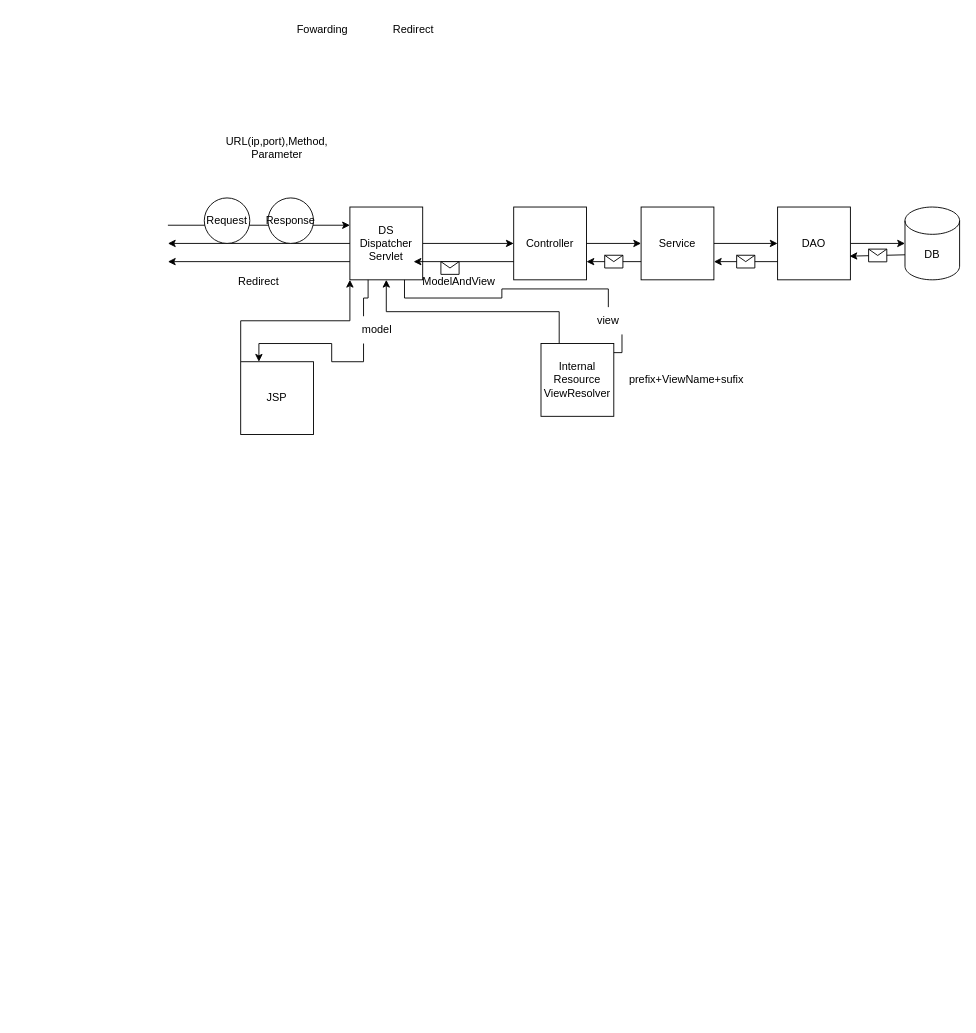
Earlier version of the draw.io diagram page "페이지-1" (1 of 3) of ERD.drawio (tmdmini99/GDJ60_Spring). Source tidied: cells renumbered, new cells numbered last; positions are measured from the earlier drawing's top-left corner, leaving out a move shared by most shapes. Both pictures are drawn from the tidied source at 91%, with x=0, y=0 at pixel (167, 15).
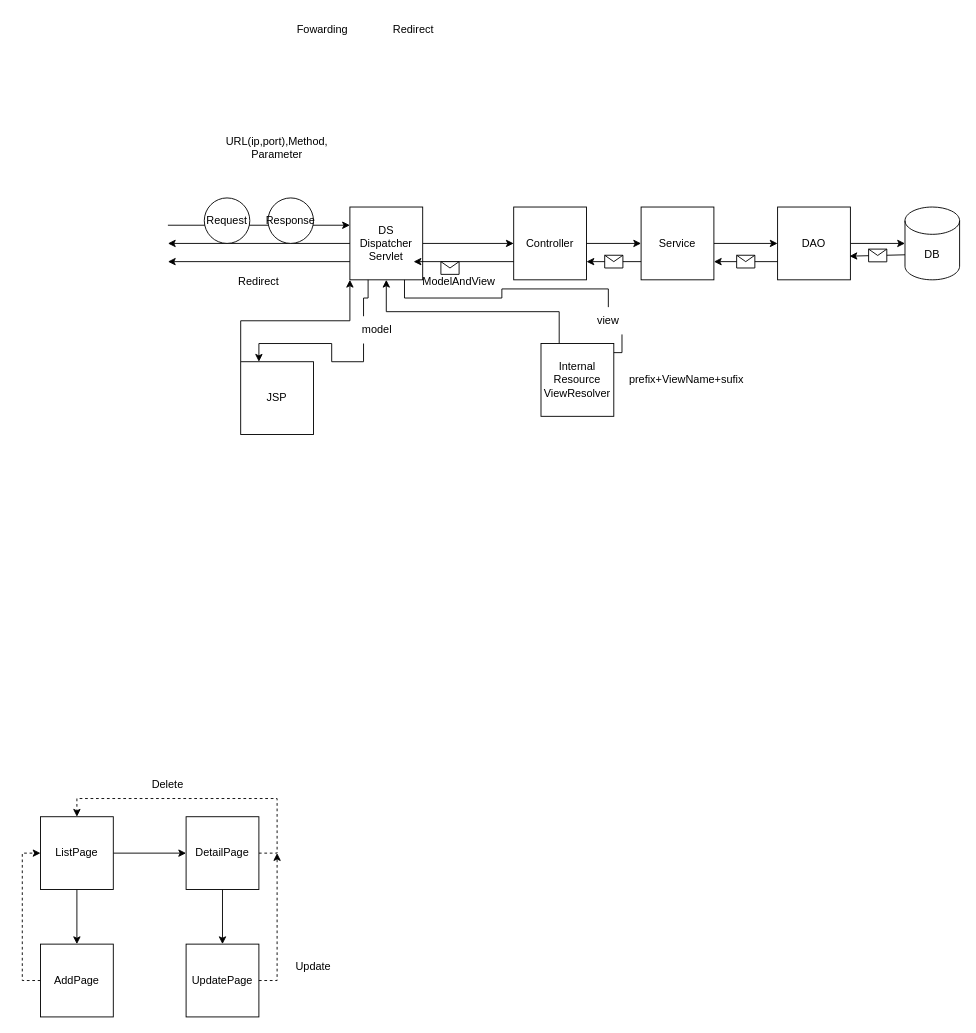
After the change.

What changed in the source:
```diff
@@
+    <mxCell id="40" style="edgeStyle=orthogonalEdgeStyle;rounded=0;jettySize=auto;html=1;exitX=1;exitY=0.5;exitDx=0;exitDy=0;" parent="1" edge="1" source="42" target="45">
+      <mxGeometry relative="1" as="geometry" />
+    </mxCell>
+    <mxCell id="41" style="edgeStyle=orthogonalEdgeStyle;rounded=0;jettySize=auto;html=1;exitX=0.5;exitY=1;exitDx=0;exitDy=0;entryX=0.5;entryY=0;entryDx=0;entryDy=0;" parent="1" edge="1" source="42" target="47">
+      <mxGeometry relative="1" as="geometry" />
+    </mxCell>
+    <mxCell id="42" value="ListPage" style="whiteSpace=wrap;html=1;" parent="1" vertex="1">
+      <mxGeometry x="-140" y="880" width="80" height="80" as="geometry" />
+    </mxCell>
+    <mxCell id="43" style="edgeStyle=orthogonalEdgeStyle;jettySize=auto;html=1;exitX=1;exitY=0.5;exitDx=0;exitDy=0;entryX=0.5;entryY=0;entryDx=0;entryDy=0;rounded=0;dashed=1;" parent="1" edge="1" source="45" target="42">
+      <mxGeometry relative="1" as="geometry">
+        <Array as="points">
+          <mxPoint x="120" y="920" />
+          <mxPoint x="120" y="860" />
+          <mxPoint x="-100" y="860" />
+        </Array>
+      </mxGeometry>
+    </mxCell>
+    <mxCell id="44" style="edgeStyle=orthogonalEdgeStyle;rounded=0;jettySize=auto;html=1;" parent="1" edge="1" source="45" target="49">
+      <mxGeometry relative="1" as="geometry" />
+    </mxCell>
+    <mxCell id="45" value="DetailPage" style="whiteSpace=wrap;html=1;" parent="1" vertex="1">
+      <mxGeometry x="20" y="880" width="80" height="80" as="geometry" />
+    </mxCell>
+    <mxCell id="46" style="edgeStyle=orthogonalEdgeStyle;rounded=0;jettySize=auto;html=1;exitX=0;exitY=0.5;exitDx=0;exitDy=0;entryX=0;entryY=0.5;entryDx=0;entryDy=0;dashed=1;" parent="1" edge="1" source="47" target="42">
+      <mxGeometry relative="1" as="geometry" />
+    </mxCell>
+    <mxCell id="47" value="AddPage" style="whiteSpace=wrap;html=1;" parent="1" vertex="1">
+      <mxGeometry x="-140" y="1020" width="80" height="80" as="geometry" />
+    </mxCell>
+    <mxCell id="48" value="Delete" style="text;html=1;strokeColor=none;fillColor=none;align=center;verticalAlign=middle;whiteSpace=wrap;rounded=0;" parent="1" vertex="1">
+      <mxGeometry x="-30" y="830" width="60" height="30" as="geometry" />
+    </mxCell>
+    <mxCell id="49" value="UpdatePage" style="whiteSpace=wrap;html=1;" parent="1" vertex="1">
+      <mxGeometry x="20" y="1020" width="80" height="80" as="geometry" />
+    </mxCell>
+    <mxCell id="50" style="endArrow=classic;html=1;rounded=0;exitX=1;exitY=0.5;exitDx=0;exitDy=0;dashed=1;" parent="1" edge="1" source="49">
+      <mxGeometry relative="1" as="geometry">
+        <mxPoint x="120" y="920" as="targetPoint" />
+        <Array as="points">
+          <mxPoint x="120" y="1060" />
+        </Array>
+      </mxGeometry>
+    </mxCell>
+    <mxCell id="51" value="Update" style="text;html=1;strokeColor=none;fillColor=none;align=center;verticalAlign=middle;whiteSpace=wrap;rounded=0;" parent="1" vertex="1">
+      <mxGeometry x="130" y="1030" width="60" height="30" as="geometry" />
+    </mxCell>
```
